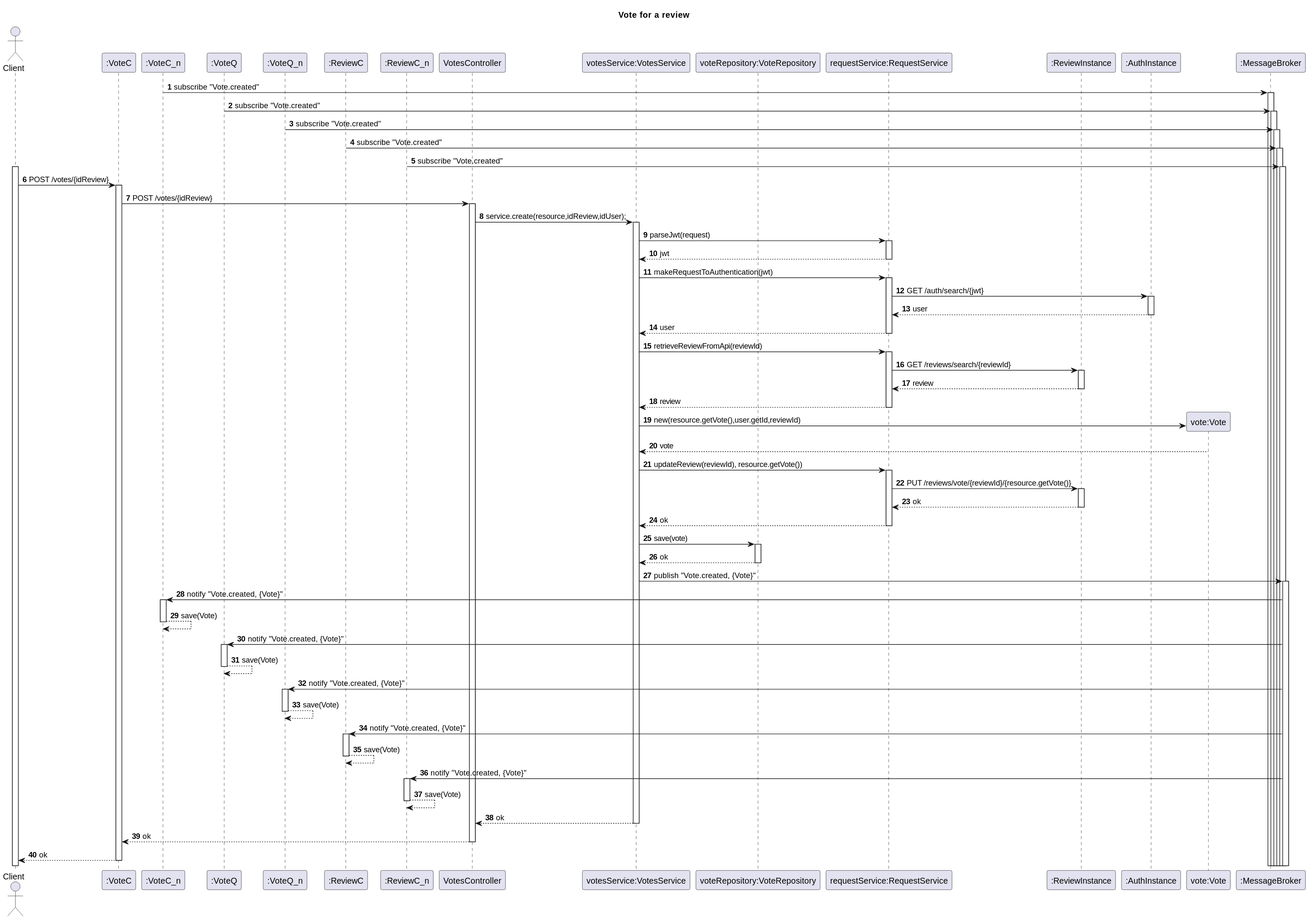
Earlier version of the PlantUML export Docs/US06-SD.svg (TiagoNora/SIDIS-Docs).
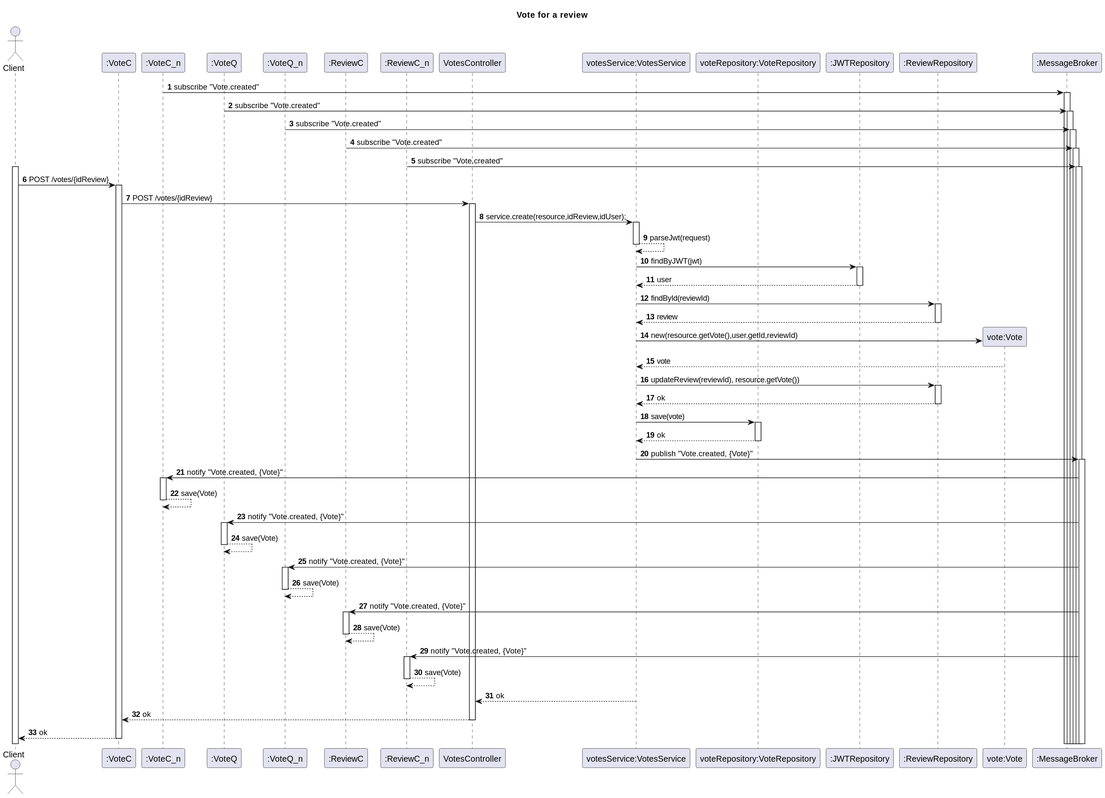
The same diagram one commit later.

Change to the diagram source:
```diff
@@ -14,9 +14,8 @@
 participant "VotesController" as Ctrl
 participant "votesService:VotesService" as service
 participant "voteRepository:VoteRepository" as repo
-participant "requestService:RequestService" as request
-participant ":ReviewInstance" as instance
-participant ":AuthInstance" as instanceAuth
+participant ":JWTRepository" as jwtRepository
+participant ":ReviewRepository" as reviewRepository
 
 participant "vote:Vote" as vote
 participant ":MessageBroker" as broker
@@ -32,24 +31,18 @@
 User -> voteC : POST /votes/{idReview}
 voteC -> Ctrl:  POST /votes/{idReview}
 Ctrl -> service : service.create(resource,idReview,idUser);
-service -> request: parseJwt(request)
-request --> service: jwt
-service -> request: makeRequestToAuthentication(jwt)
-request -> instanceAuth: GET /auth/search/{jwt}
-instanceAuth --> request: user
-request --> service: user
+service --> service: parseJwt(request)
 
-service -> request:retrieveReviewFromApi(reviewId)
-request -> instance: GET /reviews/search/{reviewId}
-instance --> request: review
-request --> service: review
+service -> jwtRepository: findByJWT(jwt)
+jwtRepository --> service: user
+
+service -> reviewRepository:findById(reviewId)
+reviewRepository --> service: review
 
 service -> vote**: new(resource.getVote(),user.getId,reviewId)
 vote --> service: vote
-service -> request: updateReview(reviewId), resource.getVote())
-request -> instance: PUT /reviews/vote/{reviewId}/{resource.getVote()}
-instance --> request: ok
-request --> service: ok
+service -> reviewRepository: updateReview(reviewId), resource.getVote())
+reviewRepository --> service: ok
 service -> repo: save(vote)
 repo --> service: ok
 service -> broker: publish "Vote.created, {Vote}"
```
